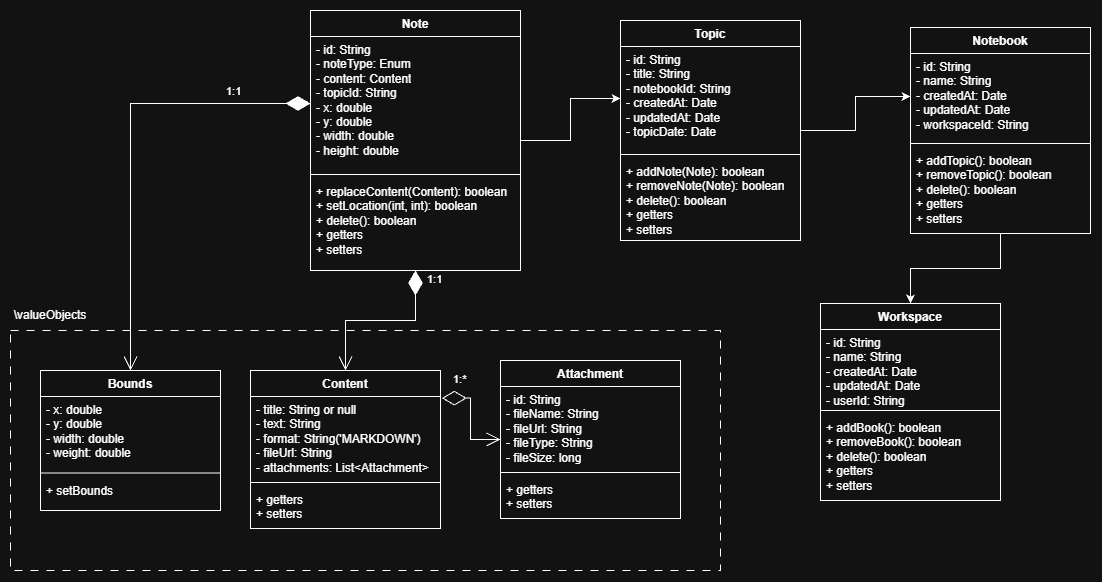
Above: diagrams/DiagramaDeClases-Memento.drawio.png in alexanderclaer/Memento (draw.io), before the change. Source tidied: cells renumbered, new cells last; positions are measured from the earlier drawing's top-left corner, leaving out a move shared by most shapes.
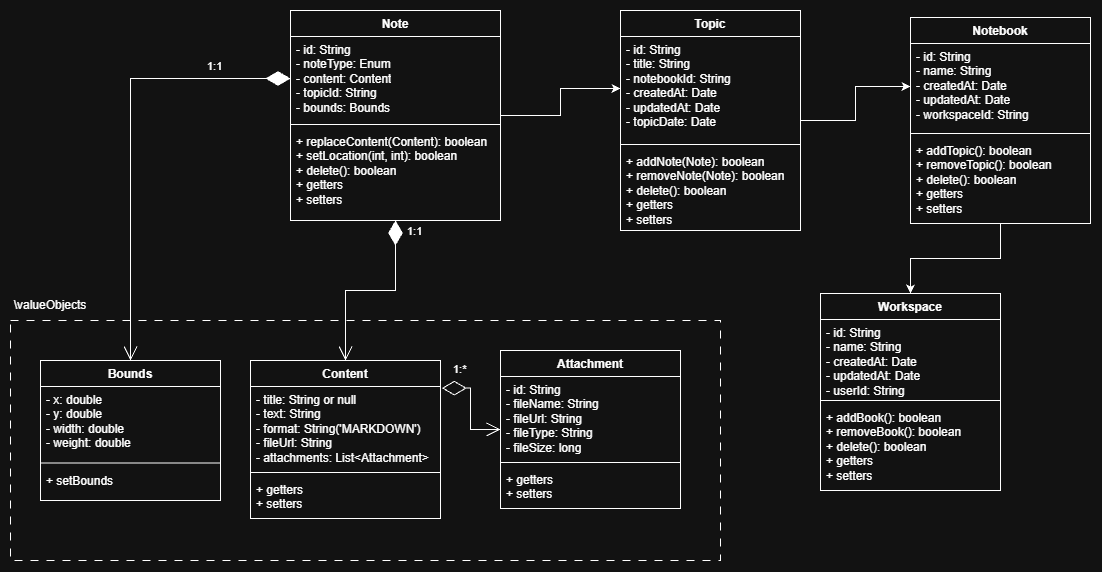
After the commit.

Commit message:
Actualiza estado del proyecto en el README

Diff of the diagram source:
```diff
@@ -6,16 +6,16 @@
       <mxGeometry relative="1" as="geometry" />
     </mxCell>
     <mxCell id="3" value="Note" style="swimlane;fontStyle=1;align=center;verticalAlign=top;horizontal=1;startSize=26;whiteSpace=wrap;html=1;" parent="1" vertex="1">
-      <mxGeometry x="300" width="210" height="260" as="geometry" />
+      <mxGeometry x="280" y="10" width="210" height="210" as="geometry" />
     </mxCell>
-    <mxCell id="4" value="- id: String&lt;div&gt;- noteType: Enum&lt;div&gt;- content: Content&lt;/div&gt;&lt;div&gt;- topicId: String&lt;/div&gt;&lt;div&gt;- x: double&lt;/div&gt;&lt;div&gt;- y: double&lt;/div&gt;&lt;div&gt;- width: double&lt;/div&gt;&lt;div&gt;- height: double&lt;/div&gt;&lt;/div&gt;" style="text;strokeColor=none;fillColor=none;align=left;verticalAlign=top;spacingLeft=4;spacingRight=4;overflow=hidden;points=[[0,0.5],[1,0.5]];portConstraint=eastwest;whiteSpace=wrap;html=1;" parent="3" vertex="1">
-      <mxGeometry y="26" width="210" height="134" as="geometry" />
+    <mxCell id="4" value="- id: String&lt;div&gt;- noteType: Enum&lt;div&gt;- content: Content&lt;/div&gt;&lt;div&gt;- topicId: String&lt;/div&gt;&lt;/div&gt;&lt;div&gt;- bounds: Bounds&lt;/div&gt;" style="text;strokeColor=none;fillColor=none;align=left;verticalAlign=top;spacingLeft=4;spacingRight=4;overflow=hidden;points=[[0,0.5],[1,0.5]];portConstraint=eastwest;whiteSpace=wrap;html=1;" parent="3" vertex="1">
+      <mxGeometry y="26" width="210" height="84" as="geometry" />
     </mxCell>
     <mxCell id="5" style="line;strokeWidth=1;fillColor=none;align=left;verticalAlign=middle;spacingTop=-1;spacingLeft=3;spacingRight=3;labelPosition=right;strokeColor=inherit;labelPerimeter=1;" parent="3" vertex="1">
-      <mxGeometry y="160" width="210" height="8" as="geometry" />
+      <mxGeometry y="110" width="210" height="8" as="geometry" />
     </mxCell>
     <mxCell id="6" value="+ replaceContent(Content): boolean&lt;div&gt;+ setLocation(int, int): boolean&lt;br&gt;&lt;div&gt;+ delete(): boolean&lt;/div&gt;&lt;div&gt;+ getters&lt;/div&gt;&lt;div&gt;+ setters&lt;/div&gt;&lt;/div&gt;" style="text;strokeColor=none;fillColor=none;align=left;verticalAlign=top;spacingLeft=4;spacingRight=4;overflow=hidden;whiteSpace=wrap;html=1;" parent="3" vertex="1">
-      <mxGeometry y="168" width="210" height="92" as="geometry" />
+      <mxGeometry y="118" width="210" height="92" as="geometry" />
     </mxCell>
     <mxCell id="7" style="edgeStyle=orthogonalEdgeStyle;rounded=0;jettySize=auto;html=1;entryX=0;entryY=0.5;entryDx=0;entryDy=0;defaultLabelBackgroundColor=page;labelPadding=0 4;" parent="1" edge="1" source="8" target="14">
       <mxGeometry relative="1" as="geometry" />
```
